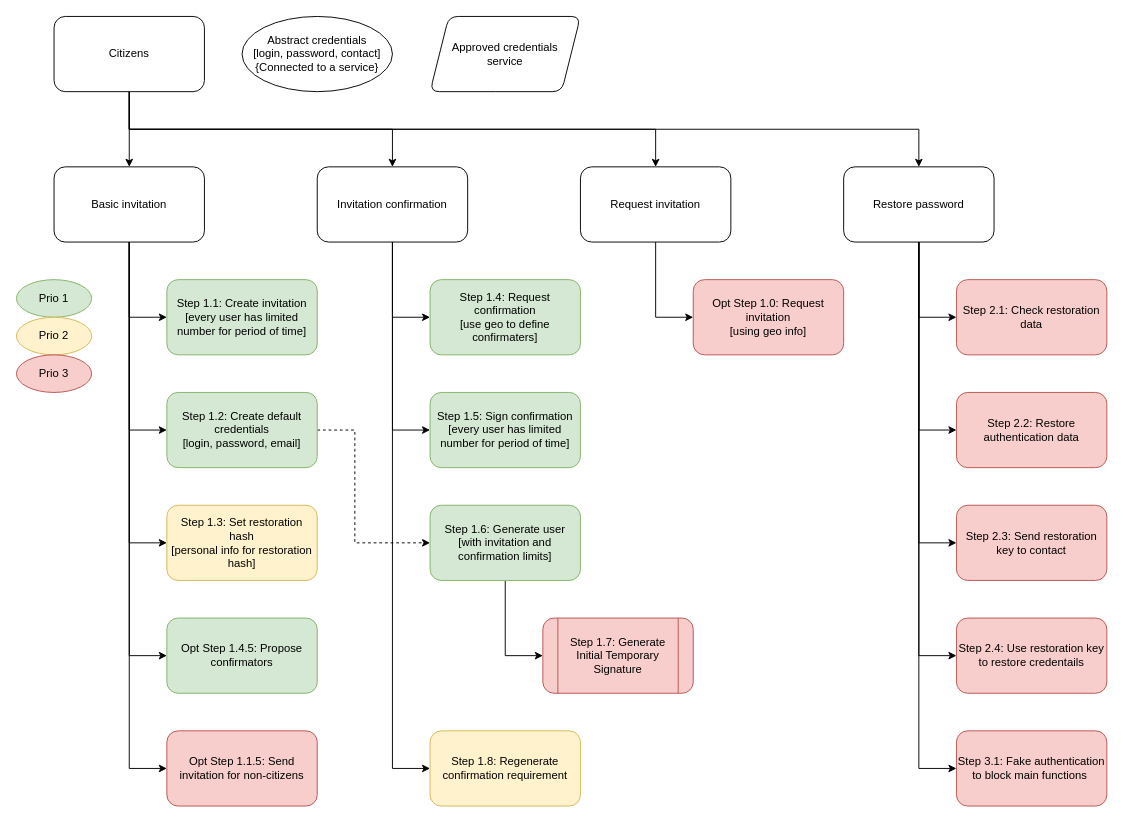
The draw.io diagram page "A: Citizens" (2 of 7) of architecture/crdesign.drawio in markvandal/ds.info, before the edit. Source tidied: cells renumbered, new cells numbered last; positions are measured from the earlier drawing's top-left corner, leaving out a move shared by most shapes. Both pictures are drawn from the tidied source at 94%, with x=0, y=0 at pixel (16, 16).
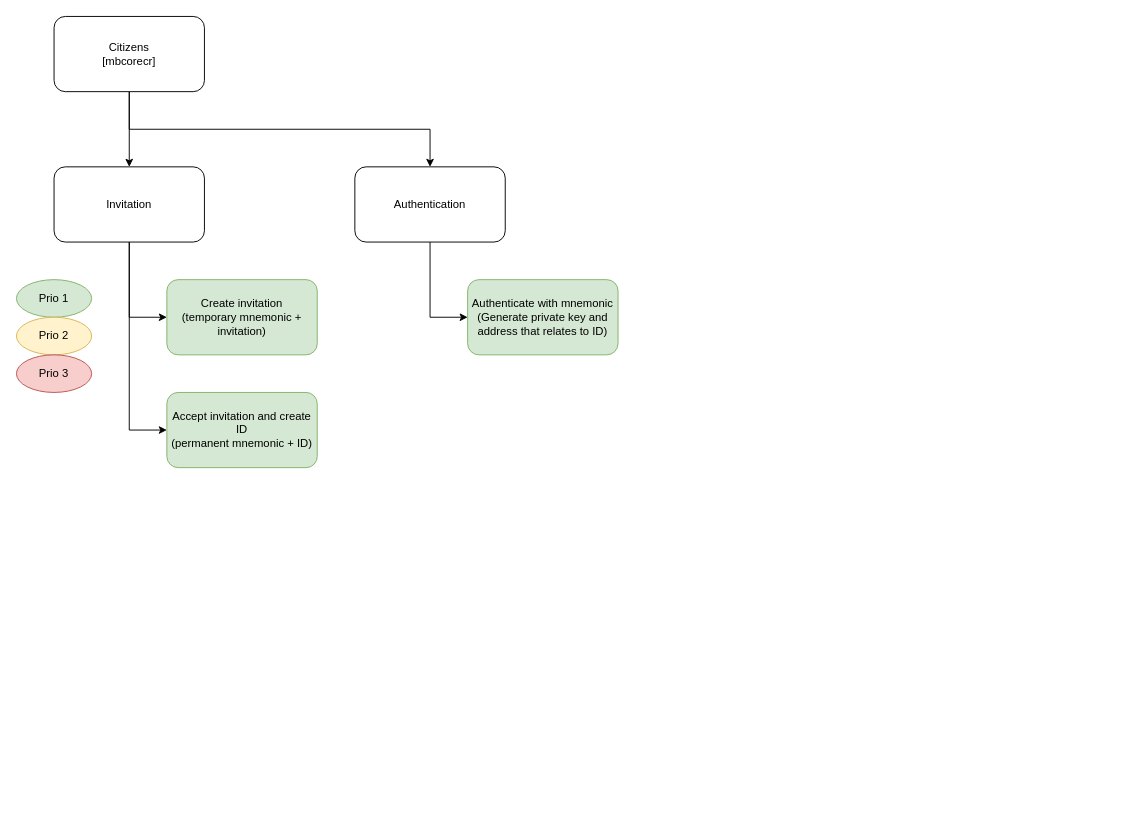
Above is the later version.

Diff of the diagram source:
```diff
@@
-    <mxCell id="3" style="edgeStyle=orthogonalEdgeStyle;rounded=0;jettySize=auto;html=1;exitX=0.5;exitY=1;exitDx=0;exitDy=0;" parent="1" edge="1" source="6" target="15">
+    <mxCell id="3" style="edgeStyle=orthogonalEdgeStyle;rounded=0;jettySize=auto;html=1;exitX=0.5;exitY=1;exitDx=0;exitDy=0;entryX=0.5;entryY=0;entryDx=0;entryDy=0;" parent="1" edge="1" source="6" target="51">
       <mxGeometry relative="1" as="geometry" />
     </mxCell>
-    <mxCell id="4" style="edgeStyle=orthogonalEdgeStyle;rounded=0;jettySize=auto;html=1;exitX=0.5;exitY=1;exitDx=0;exitDy=0;" parent="1" edge="1" source="6" target="24">
-      <mxGeometry relative="1" as="geometry" />
-    </mxCell>
-    <mxCell id="5" style="edgeStyle=orthogonalEdgeStyle;rounded=0;jettySize=auto;html=1;exitX=0.5;exitY=1;exitDx=0;exitDy=0;" parent="1" edge="1" source="6" target="31">
-      <mxGeometry relative="1" as="geometry" />
-    </mxCell>
-    <mxCell id="6" value="Citizens" style="rounded=1;whiteSpace=wrap;html=1;" parent="1" vertex="1">
+    <mxCell id="6" value="Citizens&lt;br&gt;[mbcorecr]" style="rounded=1;whiteSpace=wrap;html=1;" parent="1" vertex="1">
       <mxGeometry x="40" width="160" height="80" as="geometry" />
     </mxCell>
@@
-    <mxCell id="8" style="edgeStyle=orthogonalEdgeStyle;rounded=0;jettySize=auto;html=1;exitX=0.5;exitY=1;exitDx=0;exitDy=0;entryX=0;entryY=0.5;entryDx=0;entryDy=0;" parent="1" edge="1" source="11" target="39">
-      <mxGeometry relative="1" as="geometry" />
-    </mxCell>
-    <mxCell id="9" style="edgeStyle=orthogonalEdgeStyle;rounded=0;jettySize=auto;html=1;exitX=0.5;exitY=1;exitDx=0;exitDy=0;entryX=0;entryY=0.5;entryDx=0;entryDy=0;" parent="1" edge="1" source="11" target="40">
-      <mxGeometry relative="1" as="geometry" />
-    </mxCell>
-    <mxCell id="10" style="edgeStyle=orthogonalEdgeStyle;rounded=0;jettySize=auto;html=1;exitX=0.5;exitY=1;exitDx=0;exitDy=0;entryX=0;entryY=0.5;entryDx=0;entryDy=0;" parent="1" edge="1" source="11" target="45">
-      <mxGeometry relative="1" as="geometry" />
-    </mxCell>
+    <mxCell id="48" style="edgeStyle=orthogonalEdgeStyle;rounded=0;jettySize=auto;html=1;exitX=0.5;exitY=1;exitDx=0;exitDy=0;entryX=0;entryY=0.5;entryDx=0;entryDy=0;" parent="1" edge="1" source="11" target="49">
+      <mxGeometry relative="1" as="geometry" />
+    </mxCell>
-    <mxCell id="11" value="Basic invitation" style="rounded=1;whiteSpace=wrap;html=1;" parent="1" vertex="1">
+    <mxCell id="11" value="Invitation" style="rounded=1;whiteSpace=wrap;html=1;" parent="1" vertex="1">
       <mxGeometry x="40" y="160" width="160" height="80" as="geometry" />
     </mxCell>
-    <mxCell id="12" style="edgeStyle=orthogonalEdgeStyle;rounded=0;jettySize=auto;html=1;entryX=0;entryY=0.5;entryDx=0;entryDy=0;" parent="1" edge="1" source="15" target="19">
-      <mxGeometry relative="1" as="geometry" />
-    </mxCell>
-    <mxCell id="13" style="edgeStyle=orthogonalEdgeStyle;rounded=0;jettySize=auto;html=1;exitX=1;exitY=0.5;exitDx=0;exitDy=0;entryX=0;entryY=0.5;entryDx=0;entryDy=0;dashed=1;" parent="1" edge="1" source="32" target="22">
-      <mxGeometry relative="1" as="geometry">
-        <Array as="points">
-          <mxPoint x="360" y="440" />
-          <mxPoint x="360" y="560" />
-        </Array>
-      </mxGeometry>
-    </mxCell>
-    <mxCell id="14" style="edgeStyle=orthogonalEdgeStyle;rounded=0;jettySize=auto;html=1;exitX=0.5;exitY=1;exitDx=0;exitDy=0;entryX=0;entryY=0.5;entryDx=0;entryDy=0;" parent="1" edge="1" source="15" target="46">
-      <mxGeometry relative="1" as="geometry" />
-    </mxCell>
-    <mxCell id="15" value="Invitation confirmation" style="rounded=1;whiteSpace=wrap;html=1;" parent="1" vertex="1">
-      <mxGeometry x="320" y="160" width="160" height="80" as="geometry" />
-    </mxCell>
-    <mxCell id="16" style="edgeStyle=orthogonalEdgeStyle;rounded=0;jettySize=auto;html=1;exitX=0.5;exitY=1;exitDx=0;exitDy=0;entryX=0;entryY=0.5;entryDx=0;entryDy=0;" parent="1" edge="1" source="11" target="32">
-      <mxGeometry relative="1" as="geometry" />
-    </mxCell>
-    <mxCell id="17" value="Step 1.1: Create invitation&lt;br&gt;[every user has limited number for period of time]" style="rounded=1;whiteSpace=wrap;html=1;fillColor=#d5e8d4;strokeColor=#82b366;" parent="1" vertex="1">
+    <mxCell id="17" value="Create invitation&lt;br&gt;(temporary mnemonic + invitation)" style="rounded=1;whiteSpace=wrap;html=1;fillColor=#d5e8d4;strokeColor=#82b366;" parent="1" vertex="1">
       <mxGeometry x="160" y="280" width="160" height="80" as="geometry" />
     </mxCell>
-    <mxCell id="18" style="edgeStyle=orthogonalEdgeStyle;rounded=0;jettySize=auto;html=1;exitX=0.5;exitY=1;exitDx=0;exitDy=0;entryX=0;entryY=0.5;entryDx=0;entryDy=0;" parent="1" edge="1" source="15" target="20">
-      <mxGeometry relative="1" as="geometry" />
-    </mxCell>
-    <mxCell id="19" value="Step 1.4: Request confirmation&lt;br&gt;[use geo to define confirmaters]" style="rounded=1;whiteSpace=wrap;html=1;fillColor=#d5e8d4;strokeColor=#82b366;" parent="1" vertex="1">
-      <mxGeometry x="440" y="280" width="160" height="80" as="geometry" />
-    </mxCell>
-    <mxCell id="20" value="Step 1.5: Sign confirmation&lt;br&gt;[every user has limited number for period of time]" style="rounded=1;whiteSpace=wrap;html=1;fillColor=#d5e8d4;strokeColor=#82b366;" parent="1" vertex="1">
-      <mxGeometry x="440" y="400" width="160" height="80" as="geometry" />
-    </mxCell>
-    <mxCell id="21" style="edgeStyle=orthogonalEdgeStyle;rounded=0;jettySize=auto;html=1;entryX=0;entryY=0.5;entryDx=0;entryDy=0;" parent="1" edge="1" source="22" target="41">
-      <mxGeometry relative="1" as="geometry" />
-    </mxCell>
-    <mxCell id="22" value="Step 1.6: Generate user&lt;br&gt;[with invitation and confirmation limits]" style="rounded=1;whiteSpace=wrap;html=1;fillColor=#d5e8d4;strokeColor=#82b366;" parent="1" vertex="1">
-      <mxGeometry x="440" y="520" width="160" height="80" as="geometry" />
-    </mxCell>
-    <mxCell id="23" style="edgeStyle=orthogonalEdgeStyle;rounded=0;jettySize=auto;html=1;exitX=0.5;exitY=1;exitDx=0;exitDy=0;entryX=0;entryY=0.5;entryDx=0;entryDy=0;" parent="1" edge="1" source="24" target="25">
-      <mxGeometry relative="1" as="geometry" />
-    </mxCell>
-    <mxCell id="24" value="Request invitation" style="rounded=1;whiteSpace=wrap;html=1;" parent="1" vertex="1">
-      <mxGeometry x="600" y="160" width="160" height="80" as="geometry" />
-    </mxCell>
-    <mxCell id="25" value="Opt Step 1.0: Request invitation&lt;br&gt;[using geo info]" style="rounded=1;whiteSpace=wrap;html=1;fillColor=#f8cecc;strokeColor=#b85450;" parent="1" vertex="1">
-      <mxGeometry x="720" y="280" width="160" height="80" as="geometry" />
-    </mxCell>
-    <mxCell id="26" style="edgeStyle=orthogonalEdgeStyle;rounded=0;jettySize=auto;html=1;exitX=0.5;exitY=1;exitDx=0;exitDy=0;entryX=0;entryY=0.5;entryDx=0;entryDy=0;" parent="1" edge="1" source="31" target="33">
-      <mxGeometry relative="1" as="geometry" />
-    </mxCell>
-    <mxCell id="27" style="edgeStyle=orthogonalEdgeStyle;rounded=0;jettySize=auto;html=1;exitX=0.5;exitY=1;exitDx=0;exitDy=0;entryX=0;entryY=0.5;entryDx=0;entryDy=0;" parent="1" edge="1" source="31" target="34">
-      <mxGeometry relative="1" as="geometry" />
-    </mxCell>
-    <mxCell id="28" style="edgeStyle=orthogonalEdgeStyle;rounded=0;jettySize=auto;html=1;exitX=0.5;exitY=1;exitDx=0;exitDy=0;entryX=0;entryY=0.5;entryDx=0;entryDy=0;" parent="1" edge="1" source="31" target="35">
-      <mxGeometry relative="1" as="geometry" />
-    </mxCell>
-    <mxCell id="29" style="edgeStyle=orthogonalEdgeStyle;rounded=0;jettySize=auto;html=1;exitX=0.5;exitY=1;exitDx=0;exitDy=0;entryX=0;entryY=0.5;entryDx=0;entryDy=0;" parent="1" edge="1" source="31" target="36">
-      <mxGeometry relative="1" as="geometry" />
-    </mxCell>
-    <mxCell id="30" style="edgeStyle=orthogonalEdgeStyle;rounded=0;jettySize=auto;html=1;exitX=0.5;exitY=1;exitDx=0;exitDy=0;entryX=0;entryY=0.5;entryDx=0;entryDy=0;" parent="1" edge="1" source="31" target="47">
-      <mxGeometry relative="1" as="geometry" />
-    </mxCell>
-    <mxCell id="31" value="Restore password" style="rounded=1;whiteSpace=wrap;html=1;" parent="1" vertex="1">
-      <mxGeometry x="880" y="160" width="160" height="80" as="geometry" />
-    </mxCell>
-    <mxCell id="32" value="Step 1.2: Create default credentials&lt;br&gt;[login, password, email]" style="rounded=1;whiteSpace=wrap;html=1;fillColor=#d5e8d4;strokeColor=#82b366;" parent="1" vertex="1">
-      <mxGeometry x="160" y="400" width="160" height="80" as="geometry" />
-    </mxCell>
-    <mxCell id="33" value="Step 2.1: Check restoration data" style="rounded=1;whiteSpace=wrap;html=1;fillColor=#f8cecc;strokeColor=#b85450;" parent="1" vertex="1">
-      <mxGeometry x="1000" y="280" width="160" height="80" as="geometry" />
-    </mxCell>
-    <mxCell id="34" value="Step 2.3: Send restoration key to contact" style="rounded=1;whiteSpace=wrap;html=1;fillColor=#f8cecc;strokeColor=#b85450;" parent="1" vertex="1">
-      <mxGeometry x="1000" y="520" width="160" height="80" as="geometry" />
-    </mxCell>
-    <mxCell id="35" value="Step 2.4: Use restoration key to restore credentails" style="rounded=1;whiteSpace=wrap;html=1;fillColor=#f8cecc;strokeColor=#b85450;" parent="1" vertex="1">
-      <mxGeometry x="1000" y="640" width="160" height="80" as="geometry" />
-    </mxCell>
-    <mxCell id="36" value="Step 2.2: Restore authentication data" style="rounded=1;whiteSpace=wrap;html=1;fillColor=#f8cecc;strokeColor=#b85450;" parent="1" vertex="1">
-      <mxGeometry x="1000" y="400" width="160" height="80" as="geometry" />
-    </mxCell>
-    <mxCell id="37" value="Approved credentials &lt;br&gt;service" style="shape=parallelogram;perimeter=parallelogramPerimeter;whiteSpace=wrap;html=1;fixedSize=1;rounded=1;" parent="1" vertex="1">
-      <mxGeometry x="440" width="160" height="80" as="geometry" />
-    </mxCell>
-    <mxCell id="38" value="&lt;span&gt;Abstract credentials&lt;/span&gt;&lt;br&gt;&lt;span&gt;[login, password, contact]&lt;/span&gt;&lt;br&gt;&lt;span&gt;{Connected to a service}&lt;/span&gt;" style="ellipse;whiteSpace=wrap;html=1;rounded=1;" parent="1" vertex="1">
-      <mxGeometry x="240" width="160" height="80" as="geometry" />
-    </mxCell>
-    <mxCell id="39" value="Step 1.3: Set restoration hash&lt;br&gt;[personal info for restoration hash]" style="rounded=1;whiteSpace=wrap;html=1;fillColor=#fff2cc;strokeColor=#d6b656;" parent="1" vertex="1">
-      <mxGeometry x="160" y="520" width="160" height="80" as="geometry" />
-    </mxCell>
-    <mxCell id="40" value="Opt Step 1.4.5: Propose confirmators" style="rounded=1;whiteSpace=wrap;html=1;fillColor=#d5e8d4;strokeColor=#82b366;" parent="1" vertex="1">
-      <mxGeometry x="160" y="640" width="160" height="80" as="geometry" />
-    </mxCell>
-    <mxCell id="41" value="Step 1.7: Generate Initial Temporary Signature" style="shape=process;whiteSpace=wrap;html=1;backgroundOutline=1;rounded=1;fillColor=#f8cecc;strokeColor=#b85450;" parent="1" vertex="1">
-      <mxGeometry x="560" y="640" width="160" height="80" as="geometry" />
-    </mxCell>
@@
-    <mxCell id="45" value="Opt Step 1.1.5: Send invitation for non-citizens" style="rounded=1;whiteSpace=wrap;html=1;fillColor=#f8cecc;strokeColor=#b85450;" parent="1" vertex="1">
-      <mxGeometry x="160" y="760" width="160" height="80" as="geometry" />
-    </mxCell>
-    <mxCell id="46" value="Step 1.8: Regenerate confirmation requirement" style="rounded=1;whiteSpace=wrap;html=1;fillColor=#fff2cc;strokeColor=#d6b656;" parent="1" vertex="1">
-      <mxGeometry x="440" y="760" width="160" height="80" as="geometry" />
-    </mxCell>
-    <mxCell id="47" value="Step 3.1: Fake authentication to block main functions&amp;nbsp;" style="rounded=1;whiteSpace=wrap;html=1;fillColor=#f8cecc;strokeColor=#b85450;" parent="1" vertex="1">
-      <mxGeometry x="1000" y="760" width="160" height="80" as="geometry" />
-    </mxCell>
+    <mxCell id="49" value="Accept invitation and create ID&lt;br&gt;(permanent mnemonic + ID)" style="rounded=1;whiteSpace=wrap;html=1;fillColor=#d5e8d4;strokeColor=#82b366;" parent="1" vertex="1">
+      <mxGeometry x="160" y="400" width="160" height="80" as="geometry" />
+    </mxCell>
+    <mxCell id="50" style="edgeStyle=orthogonalEdgeStyle;rounded=0;jettySize=auto;html=1;exitX=0.5;exitY=1;exitDx=0;exitDy=0;entryX=0;entryY=0.5;entryDx=0;entryDy=0;" parent="1" edge="1" source="51" target="52">
+      <mxGeometry relative="1" as="geometry" />
+    </mxCell>
+    <mxCell id="51" value="Authentication" style="rounded=1;whiteSpace=wrap;html=1;" parent="1" vertex="1">
+      <mxGeometry x="360" y="160" width="160" height="80" as="geometry" />
+    </mxCell>
+    <mxCell id="52" value="Authenticate with mnemonic&lt;br&gt;(Generate private key and address that relates to ID)" style="rounded=1;whiteSpace=wrap;html=1;fillColor=#d5e8d4;strokeColor=#82b366;" parent="1" vertex="1">
+      <mxGeometry x="480" y="280" width="160" height="80" as="geometry" />
+    </mxCell>
```
